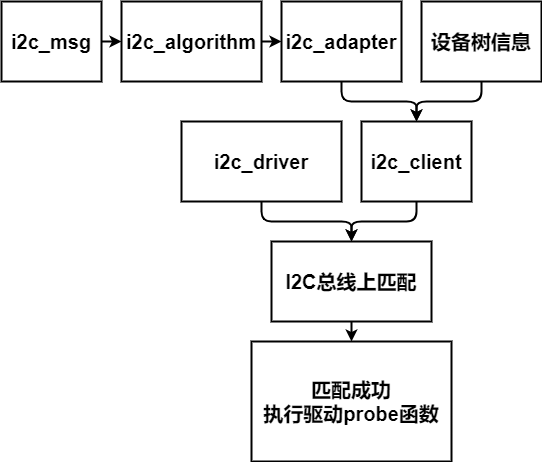
Earlier version of the draw.io export Image/image/Linux设备驱动开发详解/关键数据结构之间关联.png (zjn-astonishe/Linux_Share). Source tidied: cells renumbered, new cells last; positions are measured from the earlier drawing's top-left corner, leaving out a move shared by most shapes.
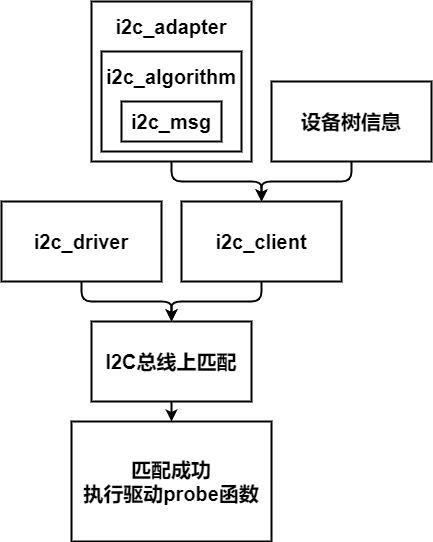
Later version of the same file.

What changed in the source:
```diff
@@ -2,28 +2,28 @@
   <root>
     <mxCell id="0" />
     <mxCell id="1" parent="0" />
-    <mxCell id="2" style="edgeStyle=none;html=1;exitX=0.5;exitY=1;exitDx=0;exitDy=0;entryX=0.5;entryY=0;entryDx=0;entryDy=0;fontSize=20;strokeWidth=2;" parent="1" edge="1" source="3" target="5">
-      <mxGeometry relative="1" as="geometry">
-        <Array as="points">
-          <mxPoint x="340" y="100" />
-          <mxPoint x="415" y="100" />
-        </Array>
-      </mxGeometry>
-    </mxCell>
-    <mxCell id="3" value="&lt;font style=&quot;font-size: 20px&quot;&gt;&lt;span style=&quot;font-size: 20px;&quot;&gt;i2c_adapter&lt;/span&gt;&lt;/font&gt;" style="rounded=0;whiteSpace=wrap;html=1;strokeWidth=2;fontSize=20;fontStyle=1;" parent="1" vertex="1">
-      <mxGeometry x="280" width="120" height="80" as="geometry" />
-    </mxCell>
+    <mxCell id="5" value="i2c_client" style="rounded=0;whiteSpace=wrap;html=1;strokeWidth=2;fontSize=20;fontStyle=1;" parent="1" vertex="1">
+      <mxGeometry x="360" y="120" width="160" height="80" as="geometry" />
+    </mxCell>
+    <mxCell id="17" style="edgeStyle=none;html=1;exitX=0.5;exitY=1;exitDx=0;exitDy=0;entryX=0.5;entryY=0;entryDx=0;entryDy=0;fontSize=20;strokeWidth=2;" parent="1" edge="1" source="18" target="5">
+      <mxGeometry relative="1" as="geometry">
+        <Array as="points">
+          <mxPoint x="350" y="100" />
+          <mxPoint x="440" y="100" />
+        </Array>
+      </mxGeometry>
+    </mxCell>
+    <mxCell id="18" style="rounded=0;whiteSpace=wrap;html=1;strokeWidth=2;fontSize=20;fontStyle=1;" parent="1" vertex="1">
+      <mxGeometry x="270" y="-80" width="160" height="160" as="geometry" />
+    </mxCell>
     <mxCell id="4" style="edgeStyle=none;html=1;exitX=0.5;exitY=1;exitDx=0;exitDy=0;entryX=0.5;entryY=0;entryDx=0;entryDy=0;fontSize=20;strokeWidth=2;" parent="1" edge="1" source="5" target="11">
       <mxGeometry relative="1" as="geometry">
         <Array as="points">
-          <mxPoint x="415" y="220" />
+          <mxPoint x="440" y="220" />
           <mxPoint x="350" y="220" />
         </Array>
       </mxGeometry>
     </mxCell>
-    <mxCell id="5" value="&lt;font style=&quot;font-size: 20px&quot;&gt;&lt;span style=&quot;font-size: 20px&quot;&gt;i2c_client&lt;/span&gt;&lt;/font&gt;" style="rounded=0;whiteSpace=wrap;html=1;strokeWidth=2;fontSize=20;fontStyle=1;" parent="1" vertex="1">
-      <mxGeometry x="360" y="120" width="110" height="80" as="geometry" />
-    </mxCell>
     <mxCell id="6" style="edgeStyle=none;html=1;exitX=0.5;exitY=1;exitDx=0;exitDy=0;entryX=0.5;entryY=0;entryDx=0;entryDy=0;fontSize=20;strokeWidth=2;" parent="1" edge="1" source="7" target="11">
       <mxGeometry relative="1" as="geometry">
         <Array as="points">
@@ -38,13 +38,13 @@
     <mxCell id="8" style="edgeStyle=none;html=1;exitX=0.5;exitY=1;exitDx=0;exitDy=0;entryX=0.5;entryY=0;entryDx=0;entryDy=0;fontSize=20;strokeWidth=2;" parent="1" edge="1" source="9" target="5">
       <mxGeometry relative="1" as="geometry">
         <Array as="points">
-          <mxPoint x="480" y="100" />
-          <mxPoint x="415" y="100" />
+          <mxPoint x="530" y="100" />
+          <mxPoint x="440" y="100" />
         </Array>
       </mxGeometry>
     </mxCell>
     <mxCell id="9" value="&lt;font style=&quot;font-size: 20px&quot;&gt;&lt;span style=&quot;font-size: 20px&quot;&gt;设备树信息&lt;/span&gt;&lt;/font&gt;" style="rounded=0;whiteSpace=wrap;html=1;strokeWidth=2;fontSize=20;fontStyle=1;" parent="1" vertex="1">
-      <mxGeometry x="420" width="120" height="80" as="geometry" />
+      <mxGeometry x="450" width="160" height="80" as="geometry" />
     </mxCell>
     <mxCell id="10" style="edgeStyle=none;html=1;fontSize=20;strokeWidth=2;" parent="1" edge="1" source="11" target="12">
       <mxGeometry relative="1" as="geometry" />
@@ -55,17 +55,17 @@
     <mxCell id="12" value="&lt;font style=&quot;font-size: 20px&quot;&gt;&lt;span style=&quot;font-size: 20px&quot;&gt;匹配成功&lt;br&gt;执行驱动probe函数&lt;br&gt;&lt;/span&gt;&lt;/font&gt;" style="rounded=0;whiteSpace=wrap;html=1;strokeWidth=2;fontSize=20;fontStyle=1;" parent="1" vertex="1">
       <mxGeometry x="250" y="340" width="200" height="120" as="geometry" />
     </mxCell>
-    <mxCell id="13" style="edgeStyle=none;html=1;fontSize=20;strokeWidth=2;" parent="1" edge="1" source="14" target="3">
-      <mxGeometry relative="1" as="geometry" />
-    </mxCell>
+    <mxCell id="19" style="rounded=0;whiteSpace=wrap;html=1;strokeWidth=2;fontSize=20;fontStyle=1;" parent="1" vertex="1">
+      <mxGeometry x="280" y="-30" width="140" height="100" as="geometry" />
+    </mxCell>
+    <mxCell id="16" value="&lt;font style=&quot;font-size: 20px&quot;&gt;&lt;span style=&quot;font-size: 20px&quot;&gt;i2c_msg&lt;/span&gt;&lt;/font&gt;" style="rounded=0;whiteSpace=wrap;html=1;strokeWidth=2;fontSize=20;fontStyle=1;" parent="1" vertex="1">
+      <mxGeometry x="300" y="20" width="100" height="40" as="geometry" />
+    </mxCell>
-    <mxCell id="14" value="&lt;font style=&quot;font-size: 20px&quot;&gt;&lt;span style=&quot;font-size: 20px&quot;&gt;i2c_algorithm&lt;/span&gt;&lt;/font&gt;" style="rounded=0;whiteSpace=wrap;html=1;strokeWidth=2;fontSize=20;fontStyle=1;" parent="1" vertex="1">
-      <mxGeometry x="120" width="140" height="80" as="geometry" />
+    <mxCell id="14" value="&lt;b&gt;i2c_algorithm&lt;/b&gt;" style="text;html=1;strokeColor=none;fillColor=none;align=center;verticalAlign=middle;whiteSpace=wrap;rounded=0;fontSize=20;" parent="1" vertex="1">
+      <mxGeometry x="290" y="-20" width="120" height="30" as="geometry" />
     </mxCell>
-    <mxCell id="15" style="edgeStyle=none;html=1;fontSize=20;strokeWidth=2;" parent="1" edge="1" source="16" target="14">
-      <mxGeometry relative="1" as="geometry" />
-    </mxCell>
-    <mxCell id="16" value="&lt;font style=&quot;font-size: 20px&quot;&gt;&lt;span style=&quot;font-size: 20px&quot;&gt;i2c_msg&lt;/span&gt;&lt;/font&gt;" style="rounded=0;whiteSpace=wrap;html=1;strokeWidth=2;fontSize=20;fontStyle=1;" parent="1" vertex="1">
-      <mxGeometry width="100" height="80" as="geometry" />
-    </mxCell>
+    <mxCell id="3" value="&lt;b&gt;i2c_adapter&lt;/b&gt;" style="text;html=1;strokeColor=none;fillColor=none;align=center;verticalAlign=middle;whiteSpace=wrap;rounded=0;fontSize=20;" parent="1" vertex="1">
+      <mxGeometry x="290" y="-70" width="120" height="30" as="geometry" />
+    </mxCell>
   </root>
 </mxGraphModel>
```
